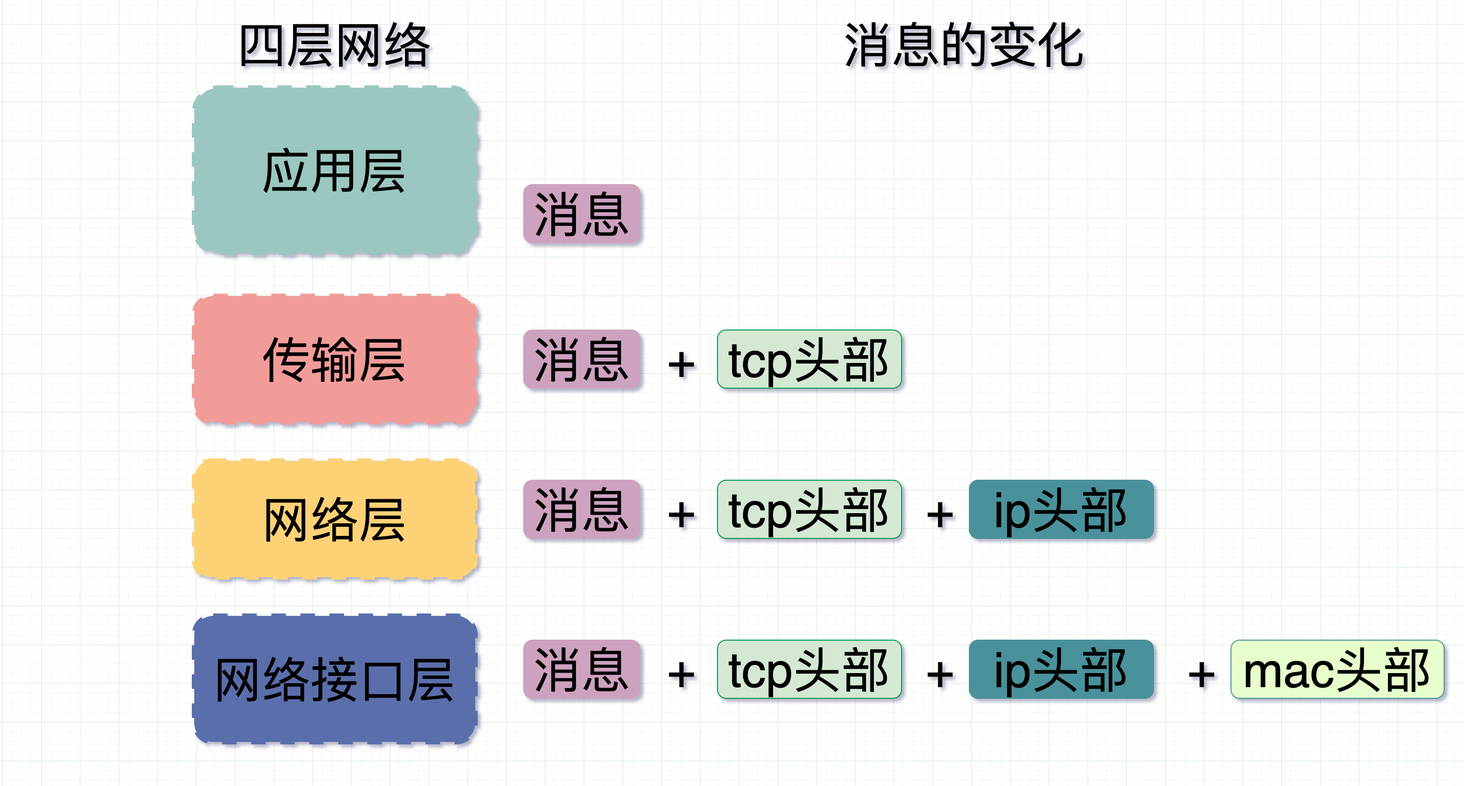
Above: 四层网络协议对应的消息体变化.png in xiaobaiTech/image (draw.io), before the change. Source tidied: cells renumbered, new cells last; positions are measured from the earlier drawing's top-left corner, leaving out a move shared by most shapes. The source it was exported from:
```xml
<mxGraphModel background="#ffffff" shadow="1">
  <root>
    <mxCell id="0" />
    <mxCell id="1" parent="0" />
    <mxCell id="2" value="&lt;font style=&quot;font-size: 50px&quot;&gt;应用层&lt;/font&gt;" style="rounded=1;whiteSpace=wrap;html=1;dashed=1;strokeWidth=5;fontColor=none;fillColor=#9AC7BF;strokeColor=#9AC7BF;" parent="1" vertex="1">
      <mxGeometry y="55" width="290" height="170" as="geometry" />
    </mxCell>
    <mxCell id="3" value="&lt;font style=&quot;font-size: 50px&quot;&gt;传输层&lt;/font&gt;" style="rounded=1;whiteSpace=wrap;html=1;dashed=1;strokeWidth=5;fontColor=none;fillColor=#F19C99;strokeColor=#F19C99;" parent="1" vertex="1">
      <mxGeometry y="270" width="290" height="130" as="geometry" />
    </mxCell>
    <mxCell id="4" value="&lt;span style=&quot;font-size: 50px&quot;&gt;网络层&lt;/span&gt;" style="rounded=1;whiteSpace=wrap;html=1;dashed=1;strokeWidth=5;fontColor=none;fillColor=#FDD276;strokeColor=#FDD276;" parent="1" vertex="1">
      <mxGeometry y="440" width="290" height="120" as="geometry" />
    </mxCell>
    <mxCell id="5" value="&lt;span style=&quot;font-size: 50px&quot;&gt;网络接口层&lt;/span&gt;" style="rounded=1;whiteSpace=wrap;html=1;dashed=1;strokeWidth=5;fontColor=none;fillColor=#5A6EAB;strokeColor=#5A6EAB;" parent="1" vertex="1">
      <mxGeometry y="600" width="290" height="130" as="geometry" />
    </mxCell>
    <mxCell id="6" value="&lt;font style=&quot;font-size: 50px&quot;&gt;四层网络&lt;/font&gt;" style="text;html=1;strokeColor=none;fillColor=none;align=center;verticalAlign=middle;whiteSpace=wrap;rounded=0;" parent="1" vertex="1">
      <mxGeometry x="20" width="250" height="20" as="geometry" />
    </mxCell>
    <mxCell id="7" value="&lt;font style=&quot;font-size: 50px&quot;&gt;消息&lt;/font&gt;" style="rounded=1;whiteSpace=wrap;html=1;fillColor=#CDA2BE;strokeColor=#CDA2BE;" parent="1" vertex="1">
      <mxGeometry x="340" y="155" width="120" height="60" as="geometry" />
    </mxCell>
    <mxCell id="8" value="&lt;font style=&quot;font-size: 50px&quot;&gt;消息&lt;/font&gt;" style="rounded=1;whiteSpace=wrap;html=1;fillColor=#CDA2BE;strokeColor=#CDA2BE;" parent="1" vertex="1">
      <mxGeometry x="340" y="305" width="120" height="60" as="geometry" />
    </mxCell>
    <mxCell id="9" value="&lt;font style=&quot;font-size: 50px&quot;&gt;+&lt;/font&gt;" style="text;html=1;strokeColor=none;fillColor=none;align=center;verticalAlign=middle;whiteSpace=wrap;rounded=0;" parent="1" vertex="1">
      <mxGeometry x="483" y="325" width="40" height="20" as="geometry" />
    </mxCell>
    <mxCell id="10" value="&lt;font style=&quot;font-size: 50px&quot;&gt;tcp头部&lt;/font&gt;" style="rounded=1;whiteSpace=wrap;html=1;strokeColor=#00994D;fillColor=#D5E8D4;" parent="1" vertex="1">
      <mxGeometry x="540" y="305" width="190" height="60" as="geometry" />
    </mxCell>
    <mxCell id="11" value="&lt;font style=&quot;font-size: 50px&quot;&gt;+&lt;/font&gt;" style="text;html=1;strokeColor=none;fillColor=none;align=center;verticalAlign=middle;whiteSpace=wrap;rounded=0;" parent="1" vertex="1">
      <mxGeometry x="750" y="480" width="40" height="20" as="geometry" />
    </mxCell>
    <mxCell id="12" value="&lt;font style=&quot;font-size: 50px&quot;&gt;ip头部&lt;/font&gt;" style="rounded=1;whiteSpace=wrap;html=1;fillColor=#4A919B;strokeColor=#4A919B;" parent="1" vertex="1">
      <mxGeometry x="800" y="460" width="190" height="60" as="geometry" />
    </mxCell>
    <mxCell id="13" value="&lt;font style=&quot;font-size: 50px&quot;&gt;消息&lt;/font&gt;" style="rounded=1;whiteSpace=wrap;html=1;fillColor=#CDA2BE;strokeColor=#CDA2BE;" parent="1" vertex="1">
      <mxGeometry x="340" y="460" width="120" height="60" as="geometry" />
    </mxCell>
    <mxCell id="14" value="&lt;font style=&quot;font-size: 50px&quot;&gt;+&lt;/font&gt;" style="text;html=1;strokeColor=none;fillColor=none;align=center;verticalAlign=middle;whiteSpace=wrap;rounded=0;" parent="1" vertex="1">
      <mxGeometry x="483" y="480" width="40" height="20" as="geometry" />
    </mxCell>
    <mxCell id="15" value="&lt;font style=&quot;font-size: 50px&quot;&gt;tcp头部&lt;/font&gt;" style="rounded=1;whiteSpace=wrap;html=1;strokeColor=#00994D;fillColor=#D5E8D4;" parent="1" vertex="1">
      <mxGeometry x="540" y="460" width="190" height="60" as="geometry" />
    </mxCell>
    <mxCell id="16" value="&lt;font style=&quot;font-size: 50px&quot;&gt;+&lt;/font&gt;" style="text;html=1;strokeColor=none;fillColor=none;align=center;verticalAlign=middle;whiteSpace=wrap;rounded=0;" parent="1" vertex="1">
      <mxGeometry x="750" y="645" width="40" height="20" as="geometry" />
    </mxCell>
    <mxCell id="17" value="&lt;font style=&quot;font-size: 50px&quot;&gt;ip头部&lt;/font&gt;" style="rounded=1;whiteSpace=wrap;html=1;fillColor=#4A919B;strokeColor=#4A919B;" parent="1" vertex="1">
      <mxGeometry x="800" y="625" width="190" height="60" as="geometry" />
    </mxCell>
    <mxCell id="18" value="&lt;font style=&quot;font-size: 50px&quot;&gt;消息&lt;/font&gt;" style="rounded=1;whiteSpace=wrap;html=1;fillColor=#CDA2BE;strokeColor=#CDA2BE;" parent="1" vertex="1">
      <mxGeometry x="340" y="625" width="120" height="60" as="geometry" />
    </mxCell>
    <mxCell id="19" value="&lt;font style=&quot;font-size: 50px&quot;&gt;+&lt;/font&gt;" style="text;html=1;strokeColor=none;fillColor=none;align=center;verticalAlign=middle;whiteSpace=wrap;rounded=0;" parent="1" vertex="1">
      <mxGeometry x="483" y="645" width="40" height="20" as="geometry" />
    </mxCell>
    <mxCell id="20" value="&lt;font style=&quot;font-size: 50px&quot;&gt;tcp头部&lt;/font&gt;" style="rounded=1;whiteSpace=wrap;html=1;strokeColor=#00994D;fillColor=#D5E8D4;" parent="1" vertex="1">
      <mxGeometry x="540" y="625" width="190" height="60" as="geometry" />
    </mxCell>
    <mxCell id="21" value="&lt;font style=&quot;font-size: 50px&quot;&gt;+&lt;/font&gt;" style="text;html=1;strokeColor=none;fillColor=none;align=center;verticalAlign=middle;whiteSpace=wrap;rounded=0;" parent="1" vertex="1">
      <mxGeometry x="1020" y="645" width="40" height="20" as="geometry" />
    </mxCell>
    <mxCell id="22" value="&lt;font style=&quot;font-size: 50px&quot;&gt;mac头部&lt;/font&gt;" style="rounded=1;whiteSpace=wrap;html=1;strokeColor=#4A919B;fillColor=#E6FFCC;" parent="1" vertex="1">
      <mxGeometry x="1070" y="625" width="220" height="60" as="geometry" />
    </mxCell>
    <mxCell id="23" value="&lt;font style=&quot;font-size: 50px&quot;&gt;消息的变化&lt;/font&gt;" style="text;html=1;strokeColor=none;fillColor=none;align=center;verticalAlign=middle;whiteSpace=wrap;rounded=0;" parent="1" vertex="1">
      <mxGeometry x="640" width="310" height="20" as="geometry" />
    </mxCell>
  </root>
</mxGraphModel>
```
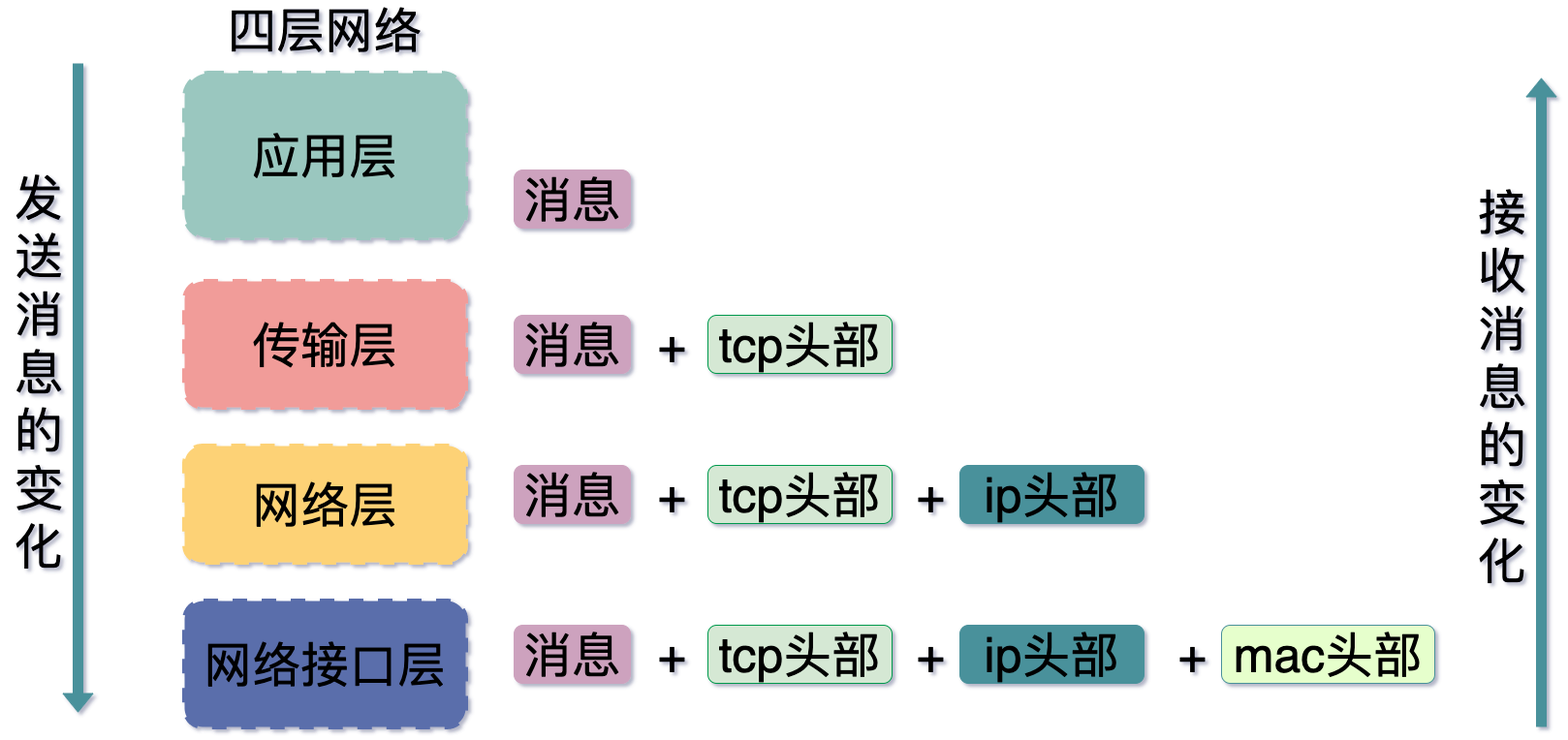
Above is the later version.

Commit message:
Update 四层网络协议对应的消息体变化.png

The edit, as a diff of the source:
```diff
@@ -65,8 +65,23 @@
     <mxCell id="22" value="&lt;font style=&quot;font-size: 50px&quot;&gt;mac头部&lt;/font&gt;" style="rounded=1;whiteSpace=wrap;html=1;strokeColor=#4A919B;fillColor=#E6FFCC;" parent="1" vertex="1">
       <mxGeometry x="1070" y="625" width="220" height="60" as="geometry" />
     </mxCell>
-    <mxCell id="23" value="&lt;font style=&quot;font-size: 50px&quot;&gt;消息的变化&lt;/font&gt;" style="text;html=1;strokeColor=none;fillColor=none;align=center;verticalAlign=middle;whiteSpace=wrap;rounded=0;" parent="1" vertex="1">
-      <mxGeometry x="640" width="310" height="20" as="geometry" />
-    </mxCell>
+    <mxCell id="24" style="shape=flexArrow;endArrow=classic;html=1;strokeColor=#4A919B;fillColor=#4A919B;" parent="1" edge="1">
+      <mxGeometry relative="1" as="geometry">
+        <mxPoint x="-110" y="45" as="sourcePoint" />
+        <mxPoint x="-110" y="715" as="targetPoint" />
+      </mxGeometry>
+    </mxCell>
+    <mxCell id="25" value="&lt;font style=&quot;font-size: 50px&quot;&gt;发送&lt;br&gt;消息的变化&lt;/font&gt;" style="text;html=1;strokeColor=none;fillColor=none;align=center;verticalAlign=middle;whiteSpace=wrap;rounded=0;" parent="1" vertex="1">
+      <mxGeometry x="-190" y="225" width="80" height="275" as="geometry" />
+    </mxCell>
+    <mxCell id="26" style="shape=flexArrow;endArrow=none;html=1;strokeColor=#4A919B;fillColor=#4A919B;startArrow=block;endFill=0;" parent="1" edge="1">
+      <mxGeometry relative="1" as="geometry">
+        <mxPoint x="1400" y="60" as="sourcePoint" />
+        <mxPoint x="1400" y="730" as="targetPoint" />
+      </mxGeometry>
+    </mxCell>
+    <mxCell id="27" value="&lt;font style=&quot;font-size: 50px&quot;&gt;接收&lt;br&gt;消息的变化&lt;/font&gt;" style="text;html=1;strokeColor=none;fillColor=none;align=center;verticalAlign=middle;whiteSpace=wrap;rounded=0;" parent="1" vertex="1">
+      <mxGeometry x="1320" y="240" width="80" height="275" as="geometry" />
+    </mxCell>
   </root>
 </mxGraphModel>
```
